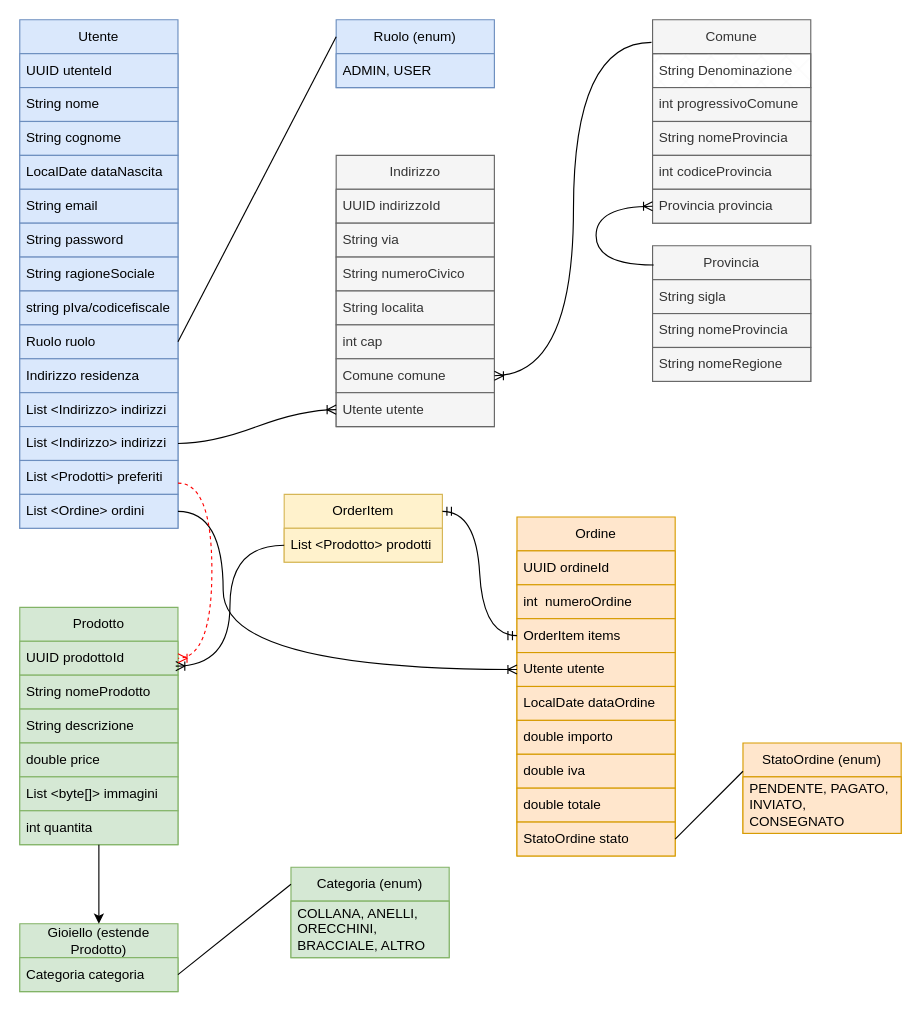
Earlier version of the draw.io diagram Diagramma_Classi_Capstone.drawio (WalterBarbieri/Corso_Epicode_Capstone_Project). Source tidied: cells renumbered, new cells numbered last; positions are measured from the earlier drawing's top-left corner, leaving out a move shared by most shapes. Both pictures are drawn from the tidied source at 113%, with x=0, y=0 at pixel (19, 19).
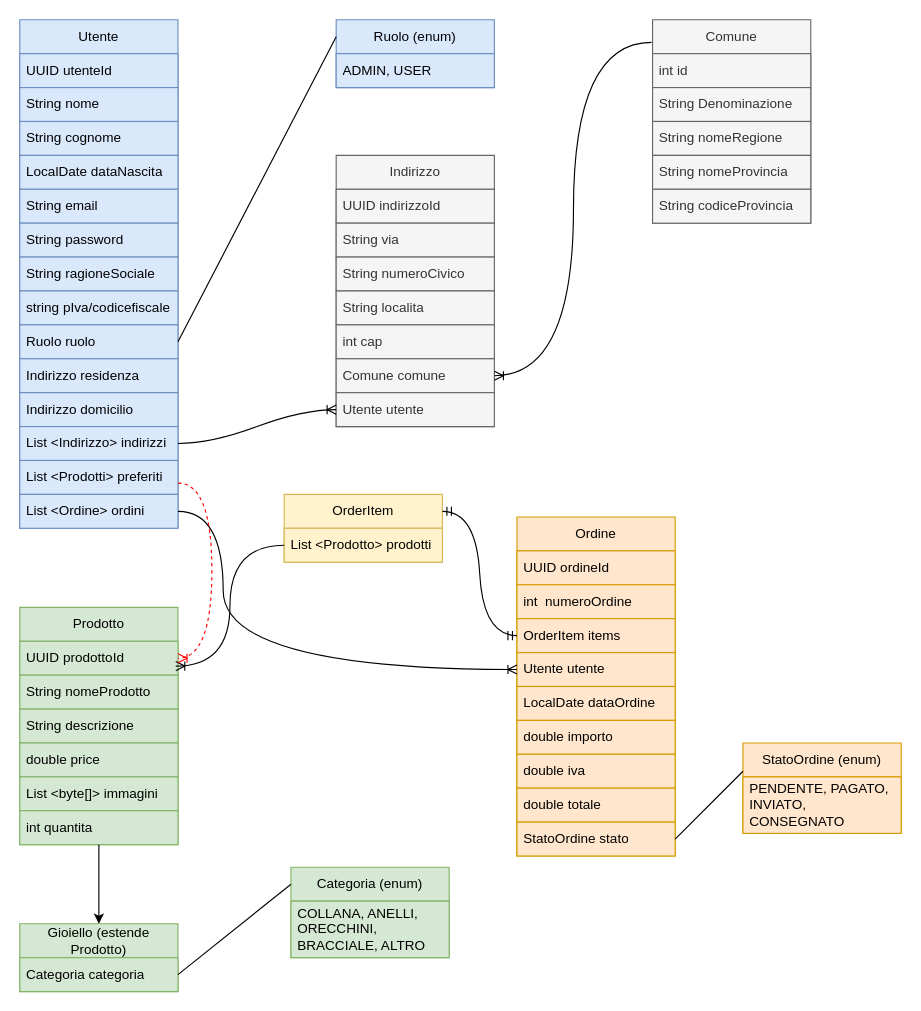
Above is the later version.

The change refers to these unchanged cells:
```xml
<mxCell id="2" value="Utente" style="swimlane;fontStyle=0;horizontal=1;startSize=30;whiteSpace=wrap;html=1;fillColor=#dae8fc;strokeColor=#6c8ebf;" parent="1" vertex="1">
  <mxGeometry width="140" height="450" as="geometry" />
</mxCell>
<mxCell id="28" value="Comune" style="swimlane;fontStyle=0;horizontal=1;startSize=30;whiteSpace=wrap;html=1;fillColor=#f5f5f5;fontColor=#333333;strokeColor=#666666;" parent="1" vertex="1">
  <mxGeometry x="560" width="140" height="180" as="geometry" />
</mxCell>
```

Diff of the diagram source:
```diff
@@
-    <mxCell id="13" value="List &amp;lt;Indirizzo&amp;gt; indirizzi" style="text;strokeColor=#6c8ebf;fillColor=#dae8fc;align=left;verticalAlign=middle;spacingLeft=4;spacingRight=4;overflow=hidden;whiteSpace=wrap;html=1;fillStyle=solid;" parent="2" vertex="1">
+    <mxCell id="13" value="Indirizzo domicilio" style="text;strokeColor=#6c8ebf;fillColor=#dae8fc;align=left;verticalAlign=middle;spacingLeft=4;spacingRight=4;overflow=hidden;whiteSpace=wrap;html=1;fillStyle=solid;" parent="2" vertex="1">
       <mxGeometry y="330" width="140" height="30" as="geometry" />
     </mxCell>
@@
-    <mxCell id="29" value="String Denominazione" style="text;strokeColor=#666666;fillColor=#f5f5f5;align=left;verticalAlign=middle;spacingLeft=4;spacingRight=4;overflow=hidden;whiteSpace=wrap;html=1;fontColor=#333333;fillStyle=cross-hatch;" parent="28" vertex="1">
+    <mxCell id="29" value="int id" style="text;strokeColor=#666666;fillColor=#f5f5f5;align=left;verticalAlign=middle;spacingLeft=4;spacingRight=4;overflow=hidden;whiteSpace=wrap;html=1;fontColor=#333333;fillStyle=auto;" parent="28" vertex="1">
       <mxGeometry y="30" width="140" height="30" as="geometry" />
     </mxCell>
-    <mxCell id="30" value="int progressivoComune" style="text;strokeColor=#666666;fillColor=#f5f5f5;align=left;verticalAlign=middle;spacingLeft=4;spacingRight=4;overflow=hidden;whiteSpace=wrap;html=1;fontColor=#333333;" parent="28" vertex="1">
-      <mxGeometry y="60" width="140" height="30" as="geometry" />
-    </mxCell>
+    <mxCell id="73" value="String Denominazione" style="text;strokeColor=#666666;fillColor=#f5f5f5;align=left;verticalAlign=middle;spacingLeft=4;spacingRight=4;overflow=hidden;whiteSpace=wrap;html=1;fontColor=#333333;fillStyle=auto;" parent="28" vertex="1">
+      <mxGeometry y="60" width="140" height="30" as="geometry" />
+    </mxCell>
-    <mxCell id="31" value="String nomeProvincia" style="text;strokeColor=#666666;fillColor=#f5f5f5;align=left;verticalAlign=middle;spacingLeft=4;spacingRight=4;overflow=hidden;whiteSpace=wrap;html=1;fontColor=#333333;" parent="28" vertex="1">
+    <mxCell id="31" value="String nomeRegione" style="text;strokeColor=#666666;fillColor=#f5f5f5;align=left;verticalAlign=middle;spacingLeft=4;spacingRight=4;overflow=hidden;whiteSpace=wrap;html=1;fontColor=#333333;" parent="28" vertex="1">
       <mxGeometry y="90" width="140" height="30" as="geometry" />
     </mxCell>
+    <mxCell id="36" value="String nomeProvincia" style="text;strokeColor=#666666;fillColor=#f5f5f5;align=left;verticalAlign=middle;spacingLeft=4;spacingRight=4;overflow=hidden;whiteSpace=wrap;html=1;fontColor=#333333;" parent="28" vertex="1">
+      <mxGeometry y="120" width="140" height="30" as="geometry" />
+    </mxCell>
-    <mxCell id="32" value="int codiceProvincia" style="text;strokeColor=#666666;fillColor=#f5f5f5;align=left;verticalAlign=middle;spacingLeft=4;spacingRight=4;overflow=hidden;whiteSpace=wrap;html=1;fontColor=#333333;" parent="28" vertex="1">
-      <mxGeometry y="120" width="140" height="30" as="geometry" />
+    <mxCell id="32" value="String codiceProvincia" style="text;strokeColor=#666666;fillColor=#f5f5f5;align=left;verticalAlign=middle;spacingLeft=4;spacingRight=4;overflow=hidden;whiteSpace=wrap;html=1;fontColor=#333333;" parent="28" vertex="1">
+      <mxGeometry y="150" width="140" height="30" as="geometry" />
     </mxCell>
-    <mxCell id="33" value="Provincia provincia" style="text;strokeColor=#666666;fillColor=#f5f5f5;align=left;verticalAlign=middle;spacingLeft=4;spacingRight=4;overflow=hidden;points=[[0,0.5],[1,0.5]];portConstraint=eastwest;whiteSpace=wrap;html=1;fontColor=#333333;" parent="28" vertex="1">
-      <mxGeometry y="150" width="140" height="30" as="geometry" />
-    </mxCell>
-    <mxCell id="34" value="Provincia" style="swimlane;fontStyle=0;horizontal=1;startSize=30;whiteSpace=wrap;html=1;fillColor=#f5f5f5;fontColor=#333333;strokeColor=#666666;" parent="1" vertex="1">
-      <mxGeometry x="560" y="200" width="140" height="120" as="geometry" />
-    </mxCell>
-    <mxCell id="35" value="String sigla" style="text;strokeColor=#666666;fillColor=#f5f5f5;align=left;verticalAlign=middle;spacingLeft=4;spacingRight=4;overflow=hidden;whiteSpace=wrap;html=1;fontColor=#333333;" parent="34" vertex="1">
-      <mxGeometry y="30" width="140" height="30" as="geometry" />
-    </mxCell>
-    <mxCell id="36" value="String nomeProvincia" style="text;strokeColor=#666666;fillColor=#f5f5f5;align=left;verticalAlign=middle;spacingLeft=4;spacingRight=4;overflow=hidden;whiteSpace=wrap;html=1;fontColor=#333333;" parent="34" vertex="1">
-      <mxGeometry y="60" width="140" height="30" as="geometry" />
-    </mxCell>
-    <mxCell id="37" value="String nomeRegione" style="text;strokeColor=#666666;fillColor=#f5f5f5;align=left;verticalAlign=middle;spacingLeft=4;spacingRight=4;overflow=hidden;whiteSpace=wrap;html=1;fontColor=#333333;" parent="34" vertex="1">
-      <mxGeometry y="90" width="140" height="30" as="geometry" />
-    </mxCell>
-    <mxCell id="38" style="fontSize=12;html=1;endArrow=ERoneToMany;elbow=vertical;entryX=0;entryY=0.5;entryDx=0;entryDy=0;edgeStyle=orthogonalEdgeStyle;exitX=0.007;exitY=0.142;exitDx=0;exitDy=0;exitPerimeter=0;fillColor=#f5f5f5;strokeColor=#000000;curved=1;" parent="1" edge="1" source="34" target="33">
-      <mxGeometry relative="1" as="geometry">
-        <Array as="points">
-          <mxPoint x="510" y="217" />
-          <mxPoint x="510" y="165" />
-        </Array>
-      </mxGeometry>
-    </mxCell>
```
